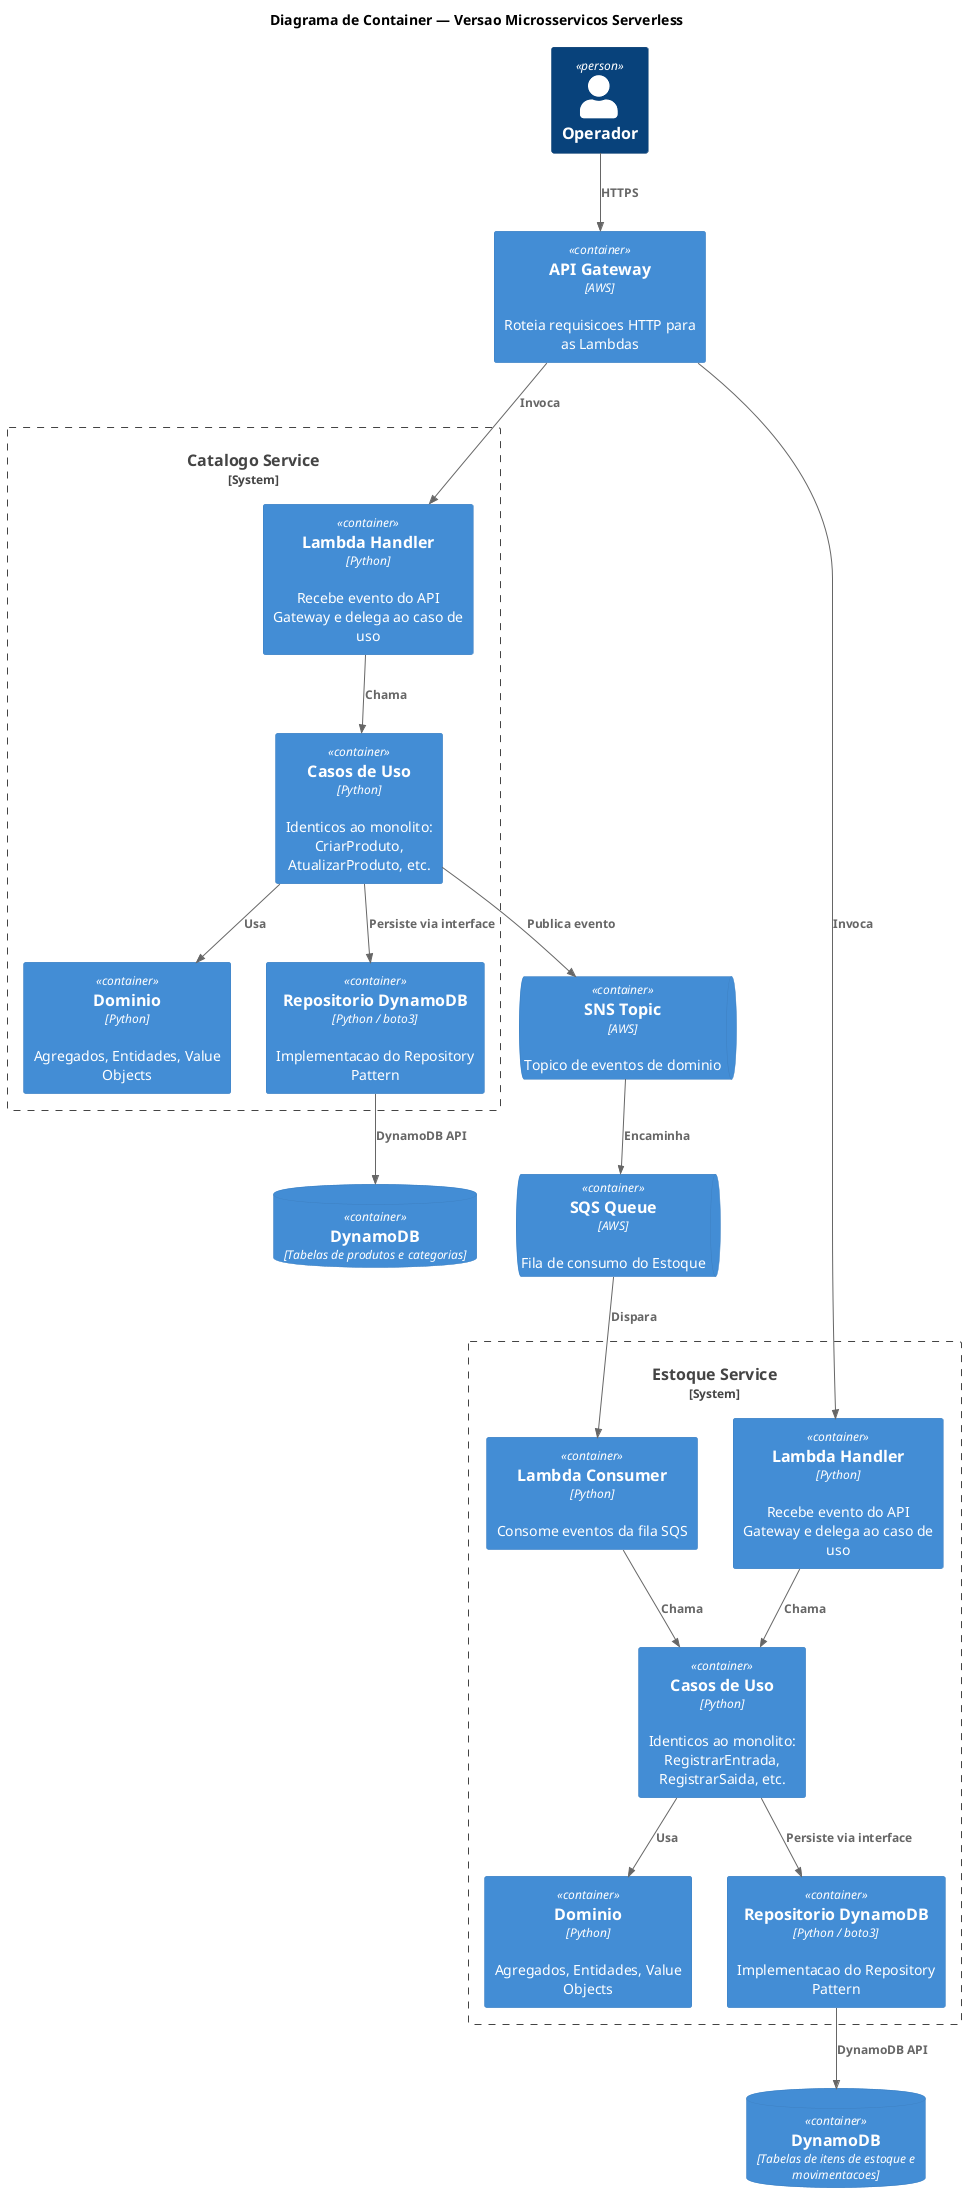
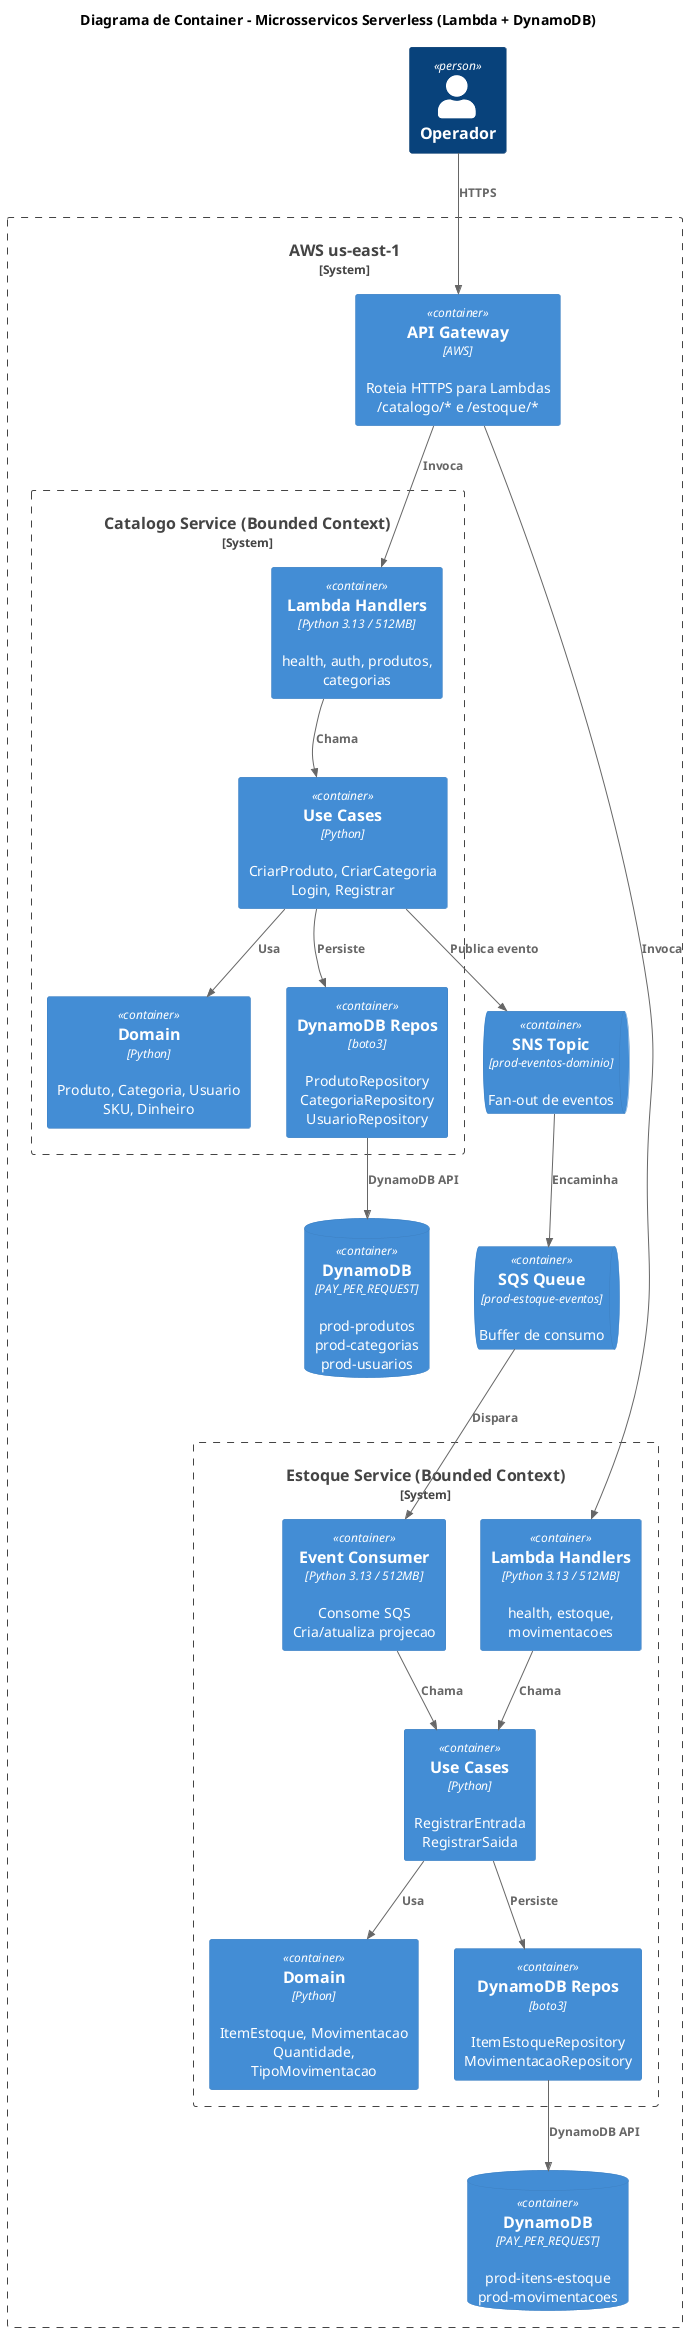
@startuml c4-container-microservices
!include <C4/C4_Container>

- title Diagrama de Container — Versao Microsservicos Serverless
+ title Diagrama de Container - Microsservicos Serverless (Lambda + DynamoDB)

- Person(user, "Operador")
+ Person(operador, "Operador")

- System_Boundary(catalogo_svc, "Catalogo Service") {
-     Container(lambda_cat, "Lambda Handler", "Python", "Recebe evento do API Gateway e delega ao caso de uso")
-     Container(uc_cat, "Casos de Uso", "Python", "Identicos ao monolito: CriarProduto, AtualizarProduto, etc.")
-     Container(domain_cat, "Dominio", "Python", "Agregados, Entidades, Value Objects")
-     Container(repo_cat, "Repositorio DynamoDB", "Python / boto3", "Implementacao do Repository Pattern")
+ System_Boundary(aws, "AWS us-east-1") {
+ 
+     Container(apigw, "API Gateway", "AWS", "Roteia HTTPS para Lambdas\n/catalogo/* e /estoque/*")
+ 
+     System_Boundary(catalogo_svc, "Catalogo Service (Bounded Context)") {
+         Container(lambda_cat, "Lambda Handlers", "Python 3.13 / 512MB", "health, auth, produtos, categorias")
+         Container(uc_cat, "Use Cases", "Python", "CriarProduto, CriarCategoria\nLogin, Registrar")
+         Container(domain_cat, "Domain", "Python", "Produto, Categoria, Usuario\nSKU, Dinheiro")
+         Container(repo_cat, "DynamoDB Repos", "boto3", "ProdutoRepository\nCategoriaRepository\nUsuarioRepository")
+     }
+ 
+     System_Boundary(estoque_svc, "Estoque Service (Bounded Context)") {
+         Container(lambda_est, "Lambda Handlers", "Python 3.13 / 512MB", "health, estoque, movimentacoes")
+         Container(lambda_consumer, "Event Consumer", "Python 3.13 / 512MB", "Consome SQS\nCria/atualiza projecao")
+         Container(uc_est, "Use Cases", "Python", "RegistrarEntrada\nRegistrarSaida")
+         Container(domain_est, "Domain", "Python", "ItemEstoque, Movimentacao\nQuantidade, TipoMovimentacao")
+         Container(repo_est, "DynamoDB Repos", "boto3", "ItemEstoqueRepository\nMovimentacaoRepository")
+     }
+ 
+     ContainerDb(dynamo_cat, "DynamoDB", "PAY_PER_REQUEST", "prod-produtos\nprod-categorias\nprod-usuarios")
+     ContainerDb(dynamo_est, "DynamoDB", "PAY_PER_REQUEST", "prod-itens-estoque\nprod-movimentacoes")
+     ContainerQueue(sns, "SNS Topic", "prod-eventos-dominio", "Fan-out de eventos")
+     ContainerQueue(sqs, "SQS Queue", "prod-estoque-eventos", "Buffer de consumo")
}

- System_Boundary(estoque_svc, "Estoque Service") {
-     Container(lambda_est, "Lambda Handler", "Python", "Recebe evento do API Gateway e delega ao caso de uso")
-     Container(lambda_consumer, "Lambda Consumer", "Python", "Consome eventos da fila SQS")
-     Container(uc_est, "Casos de Uso", "Python", "Identicos ao monolito: RegistrarEntrada, RegistrarSaida, etc.")
-     Container(domain_est, "Dominio", "Python", "Agregados, Entidades, Value Objects")
-     Container(repo_est, "Repositorio DynamoDB", "Python / boto3", "Implementacao do Repository Pattern")
- }
- 
- ContainerDb(dynamo_cat, "DynamoDB", "Tabelas de produtos e categorias")
- ContainerDb(dynamo_est, "DynamoDB", "Tabelas de itens de estoque e movimentacoes")
- Container(apigw, "API Gateway", "AWS", "Roteia requisicoes HTTP para as Lambdas")
- ContainerQueue(sns, "SNS Topic", "AWS", "Topico de eventos de dominio")
- ContainerQueue(sqs, "SQS Queue", "AWS", "Fila de consumo do Estoque")
- 
- Rel(user, apigw, "HTTPS")
+ Rel(operador, apigw, "HTTPS")
Rel(apigw, lambda_cat, "Invoca")
Rel(apigw, lambda_est, "Invoca")
Rel(lambda_cat, uc_cat, "Chama")
Rel(uc_cat, domain_cat, "Usa")
- Rel(uc_cat, repo_cat, "Persiste via interface")
+ Rel(uc_cat, repo_cat, "Persiste")
Rel(repo_cat, dynamo_cat, "DynamoDB API")
Rel(uc_cat, sns, "Publica evento")
Rel(sns, sqs, "Encaminha")
Rel(sqs, lambda_consumer, "Dispara")
Rel(lambda_consumer, uc_est, "Chama")
Rel(lambda_est, uc_est, "Chama")
Rel(uc_est, domain_est, "Usa")
- Rel(uc_est, repo_est, "Persiste via interface")
+ Rel(uc_est, repo_est, "Persiste")
Rel(repo_est, dynamo_est, "DynamoDB API")

@enduml
